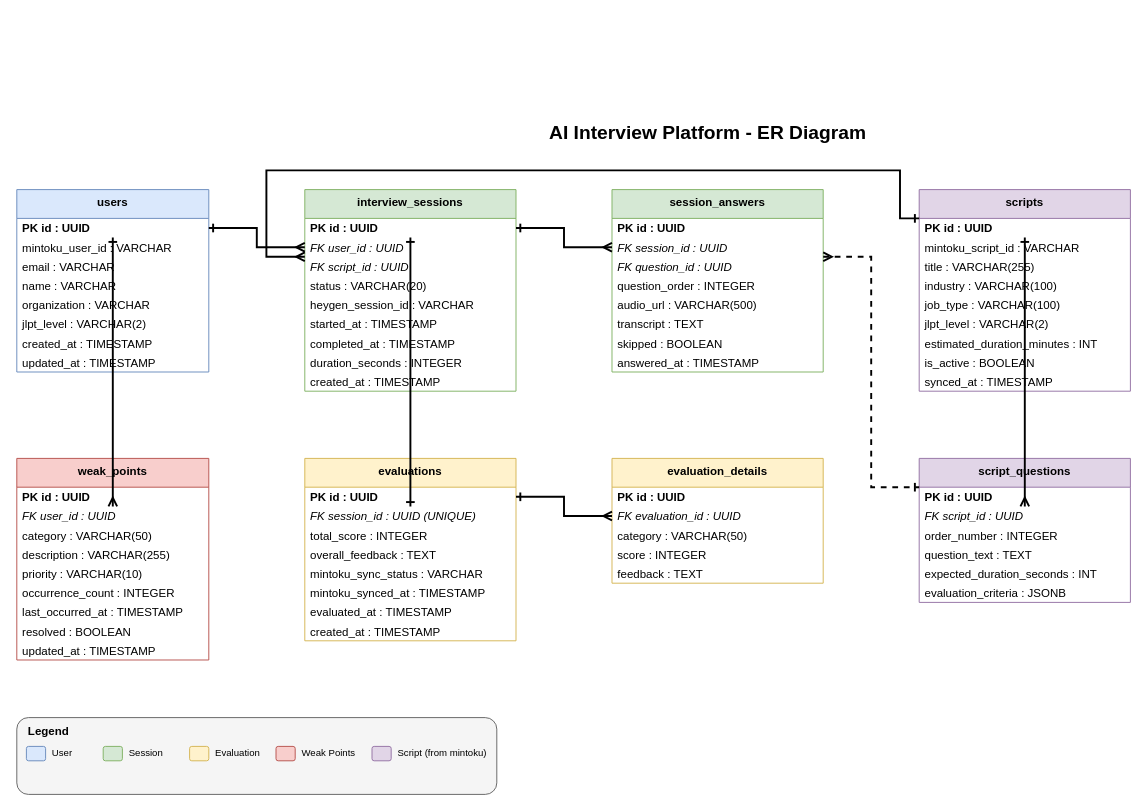
Above: docs/images/設計書_10.2_ER図.drawio in yoshidasendai115/ai-interview (draw.io), before the change. Source tidied: cells renumbered, new cells numbered last; positions are measured from the earlier drawing's top-left corner, leaving out a move shared by most shapes. Both pictures are drawn from the tidied source at 96%, with x=0, y=0 at pixel (16, 112).
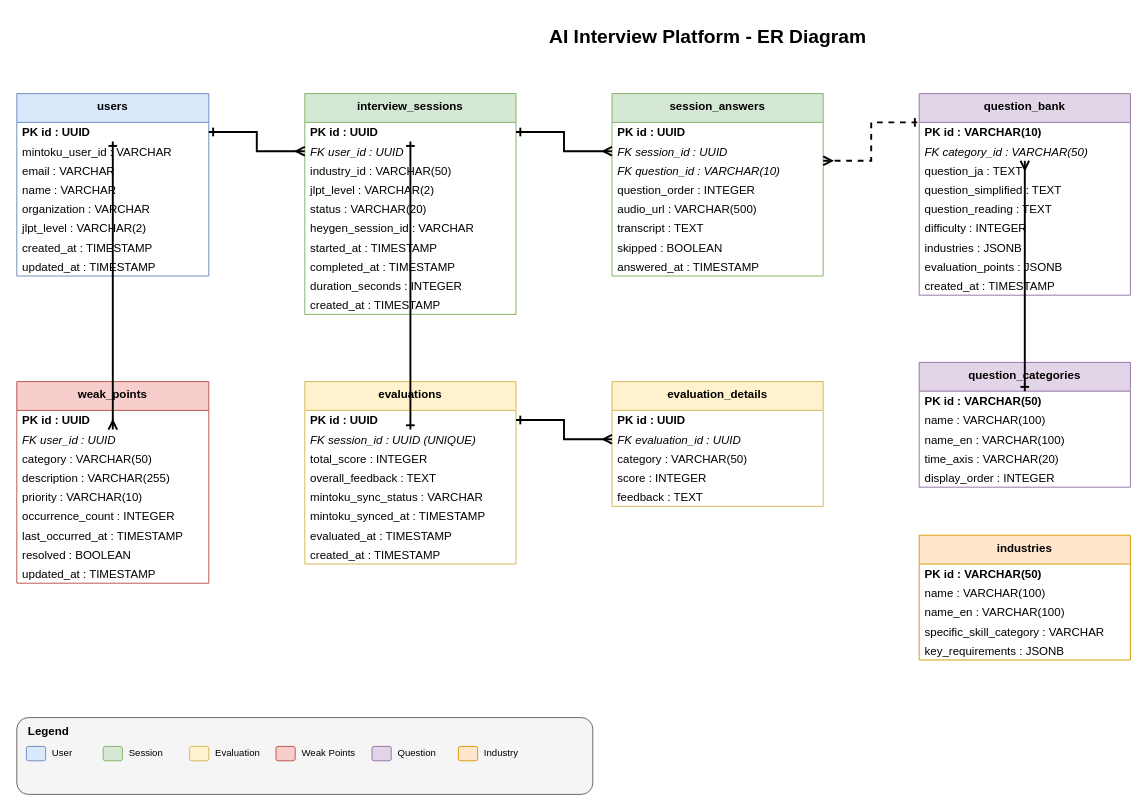
After the change.

Unchanged cells that the change refers to:
```xml
<mxCell id="4" value="PK  id : UUID" style="text;strokeColor=none;fillColor=none;align=left;verticalAlign=middle;spacingLeft=4;spacingRight=4;overflow=hidden;points=[[0,0.5],[1,0.5]];portConstraint=eastwest;fontStyle=1;" parent="3" vertex="1">
  <mxGeometry y="30" width="200" height="20" as="geometry" />
</mxCell>
<mxCell id="13" value="PK  id : UUID" style="text;strokeColor=none;fillColor=none;align=left;verticalAlign=middle;spacingLeft=4;spacingRight=4;overflow=hidden;points=[[0,0.5],[1,0.5]];portConstraint=eastwest;fontStyle=1;" parent="12" vertex="1">
  <mxGeometry y="30" width="220" height="20" as="geometry" />
</mxCell>
<mxCell id="33" value="FK  session_id : UUID (UNIQUE)" style="text;strokeColor=none;fillColor=none;align=left;verticalAlign=middle;spacingLeft=4;spacingRight=4;overflow=hidden;points=[[0,0.5],[1,0.5]];portConstraint=eastwest;fontStyle=2;" parent="31" vertex="1">
  <mxGeometry y="50" width="220" height="20" as="geometry" />
</mxCell>
<mxCell id="48" value="FK  user_id : UUID" style="text;strokeColor=none;fillColor=none;align=left;verticalAlign=middle;spacingLeft=4;spacingRight=4;overflow=hidden;points=[[0,0.5],[1,0.5]];portConstraint=eastwest;fontStyle=2;" parent="46" vertex="1">
  <mxGeometry y="50" width="200" height="20" as="geometry" />
</mxCell>
```

The edit, as a diff of the source:
```diff
@@
     <mxCell id="2" value="AI Interview Platform - ER Diagram" style="text;html=1;strokeColor=none;fillColor=none;align=center;verticalAlign=middle;whiteSpace=wrap;rounded=0;fontSize=20;fontStyle=1;" parent="1" vertex="1">
-      <mxGeometry x="520" width="400" height="40" as="geometry" />
+      <mxGeometry x="520" y="-100" width="400" height="40" as="geometry" />
     </mxCell>
     <mxCell id="3" value="users" style="swimlane;fontStyle=1;align=center;verticalAlign=top;horizontal=1;startSize=30;fillColor=#dae8fc;strokeColor=#6c8ebf;" parent="1" vertex="1">
-      <mxGeometry y="80" width="200" height="190" as="geometry" />
+      <mxGeometry y="-20" width="200" height="190" as="geometry" />
     </mxCell>
@@
     <mxCell id="12" value="interview_sessions" style="swimlane;fontStyle=1;align=center;verticalAlign=top;horizontal=1;startSize=30;fillColor=#d5e8d4;strokeColor=#82b366;" parent="1" vertex="1">
-      <mxGeometry x="300" y="80" width="220" height="210" as="geometry" />
+      <mxGeometry x="300" y="-20" width="220" height="230" as="geometry" />
     </mxCell>
@@
-    <mxCell id="15" value="FK  script_id : UUID" style="text;strokeColor=none;fillColor=none;align=left;verticalAlign=middle;spacingLeft=4;spacingRight=4;overflow=hidden;points=[[0,0.5],[1,0.5]];portConstraint=eastwest;fontStyle=2;" parent="12" vertex="1">
-      <mxGeometry y="70" width="220" height="20" as="geometry" />
-    </mxCell>
+    <mxCell id="93" value="     industry_id : VARCHAR(50)" style="text;strokeColor=none;fillColor=none;align=left;verticalAlign=middle;spacingLeft=4;spacingRight=4;overflow=hidden;" parent="12" vertex="1">
+      <mxGeometry y="70" width="220" height="20" as="geometry" />
+    </mxCell>
+    <mxCell id="62" value="     jlpt_level : VARCHAR(2)" style="text;strokeColor=none;fillColor=none;align=left;verticalAlign=middle;spacingLeft=4;spacingRight=4;overflow=hidden;" parent="12" vertex="1">
+      <mxGeometry y="90" width="220" height="20" as="geometry" />
+    </mxCell>
     <mxCell id="16" value="     status : VARCHAR(20)" style="text;strokeColor=none;fillColor=none;align=left;verticalAlign=middle;spacingLeft=4;spacingRight=4;overflow=hidden;" parent="12" vertex="1">
-      <mxGeometry y="90" width="220" height="20" as="geometry" />
+      <mxGeometry y="110" width="220" height="20" as="geometry" />
     </mxCell>
     <mxCell id="17" value="     heygen_session_id : VARCHAR" style="text;strokeColor=none;fillColor=none;align=left;verticalAlign=middle;spacingLeft=4;spacingRight=4;overflow=hidden;" parent="12" vertex="1">
-      <mxGeometry y="110" width="220" height="20" as="geometry" />
+      <mxGeometry y="130" width="220" height="20" as="geometry" />
     </mxCell>
     <mxCell id="18" value="     started_at : TIMESTAMP" style="text;strokeColor=none;fillColor=none;align=left;verticalAlign=middle;spacingLeft=4;spacingRight=4;overflow=hidden;" parent="12" vertex="1">
-      <mxGeometry y="130" width="220" height="20" as="geometry" />
+      <mxGeometry y="150" width="220" height="20" as="geometry" />
     </mxCell>
     <mxCell id="19" value="     completed_at : TIMESTAMP" style="text;strokeColor=none;fillColor=none;align=left;verticalAlign=middle;spacingLeft=4;spacingRight=4;overflow=hidden;" parent="12" vertex="1">
-      <mxGeometry y="150" width="220" height="20" as="geometry" />
+      <mxGeometry y="170" width="220" height="20" as="geometry" />
     </mxCell>
     <mxCell id="20" value="     duration_seconds : INTEGER" style="text;strokeColor=none;fillColor=none;align=left;verticalAlign=middle;spacingLeft=4;spacingRight=4;overflow=hidden;" parent="12" vertex="1">
-      <mxGeometry y="170" width="220" height="20" as="geometry" />
+      <mxGeometry y="190" width="220" height="20" as="geometry" />
     </mxCell>
     <mxCell id="21" value="     created_at : TIMESTAMP" style="text;strokeColor=none;fillColor=none;align=left;verticalAlign=middle;spacingLeft=4;spacingRight=4;overflow=hidden;" parent="12" vertex="1">
-      <mxGeometry y="190" width="220" height="20" as="geometry" />
+      <mxGeometry y="210" width="220" height="20" as="geometry" />
     </mxCell>
     <mxCell id="22" value="session_answers" style="swimlane;fontStyle=1;align=center;verticalAlign=top;horizontal=1;startSize=30;fillColor=#d5e8d4;strokeColor=#82b366;" parent="1" vertex="1">
-      <mxGeometry x="620" y="80" width="220" height="190" as="geometry" />
+      <mxGeometry x="620" y="-20" width="220" height="190" as="geometry" />
     </mxCell>
@@
-    <mxCell id="25" value="FK  question_id : UUID" style="text;strokeColor=none;fillColor=none;align=left;verticalAlign=middle;spacingLeft=4;spacingRight=4;overflow=hidden;points=[[0,0.5],[1,0.5]];portConstraint=eastwest;fontStyle=2;" parent="22" vertex="1">
+    <mxCell id="25" value="FK  question_id : VARCHAR(10)" style="text;strokeColor=none;fillColor=none;align=left;verticalAlign=middle;spacingLeft=4;spacingRight=4;overflow=hidden;points=[[0,0.5],[1,0.5]];portConstraint=eastwest;fontStyle=2;" parent="22" vertex="1">
       <mxGeometry y="70" width="220" height="20" as="geometry" />
     </mxCell>
@@
     <mxCell id="31" value="evaluations" style="swimlane;fontStyle=1;align=center;verticalAlign=top;horizontal=1;startSize=30;fillColor=#fff2cc;strokeColor=#d6b656;" parent="1" vertex="1">
-      <mxGeometry x="300" y="360" width="220" height="190" as="geometry" />
+      <mxGeometry x="300" y="280" width="220" height="190" as="geometry" />
     </mxCell>
@@
     <mxCell id="40" value="evaluation_details" style="swimlane;fontStyle=1;align=center;verticalAlign=top;horizontal=1;startSize=30;fillColor=#fff2cc;strokeColor=#d6b656;" parent="1" vertex="1">
-      <mxGeometry x="620" y="360" width="220" height="130" as="geometry" />
+      <mxGeometry x="620" y="280" width="220" height="130" as="geometry" />
     </mxCell>
@@
     <mxCell id="46" value="weak_points" style="swimlane;fontStyle=1;align=center;verticalAlign=top;horizontal=1;startSize=30;fillColor=#f8cecc;strokeColor=#b85450;" parent="1" vertex="1">
-      <mxGeometry y="360" width="200" height="210" as="geometry" />
+      <mxGeometry y="280" width="200" height="210" as="geometry" />
     </mxCell>
@@
-    <mxCell id="56" value="scripts" style="swimlane;fontStyle=1;align=center;verticalAlign=top;horizontal=1;startSize=30;fillColor=#e1d5e7;strokeColor=#9673a6;" parent="1" vertex="1">
-      <mxGeometry x="940" y="80" width="220" height="210" as="geometry" />
-    </mxCell>
-    <mxCell id="57" value="PK  id : UUID" style="text;strokeColor=none;fillColor=none;align=left;verticalAlign=middle;spacingLeft=4;spacingRight=4;overflow=hidden;points=[[0,0.5],[1,0.5]];portConstraint=eastwest;fontStyle=1;" parent="56" vertex="1">
-      <mxGeometry y="30" width="220" height="20" as="geometry" />
-    </mxCell>
-    <mxCell id="58" value="     mintoku_script_id : VARCHAR" style="text;strokeColor=none;fillColor=none;align=left;verticalAlign=middle;spacingLeft=4;spacingRight=4;overflow=hidden;" parent="56" vertex="1">
-      <mxGeometry y="50" width="220" height="20" as="geometry" />
-    </mxCell>
-    <mxCell id="59" value="     title : VARCHAR(255)" style="text;strokeColor=none;fillColor=none;align=left;verticalAlign=middle;spacingLeft=4;spacingRight=4;overflow=hidden;" parent="56" vertex="1">
-      <mxGeometry y="70" width="220" height="20" as="geometry" />
-    </mxCell>
-    <mxCell id="60" value="     industry : VARCHAR(100)" style="text;strokeColor=none;fillColor=none;align=left;verticalAlign=middle;spacingLeft=4;spacingRight=4;overflow=hidden;" parent="56" vertex="1">
-      <mxGeometry y="90" width="220" height="20" as="geometry" />
-    </mxCell>
-    <mxCell id="61" value="     job_type : VARCHAR(100)" style="text;strokeColor=none;fillColor=none;align=left;verticalAlign=middle;spacingLeft=4;spacingRight=4;overflow=hidden;" parent="56" vertex="1">
-      <mxGeometry y="110" width="220" height="20" as="geometry" />
-    </mxCell>
-    <mxCell id="62" value="     jlpt_level : VARCHAR(2)" style="text;strokeColor=none;fillColor=none;align=left;verticalAlign=middle;spacingLeft=4;spacingRight=4;overflow=hidden;" parent="56" vertex="1">
-      <mxGeometry y="130" width="220" height="20" as="geometry" />
-    </mxCell>
-    <mxCell id="63" value="     estimated_duration_minutes : INT" style="text;strokeColor=none;fillColor=none;align=left;verticalAlign=middle;spacingLeft=4;spacingRight=4;overflow=hidden;" parent="56" vertex="1">
-      <mxGeometry y="150" width="220" height="20" as="geometry" />
-    </mxCell>
-    <mxCell id="64" value="     is_active : BOOLEAN" style="text;strokeColor=none;fillColor=none;align=left;verticalAlign=middle;spacingLeft=4;spacingRight=4;overflow=hidden;" parent="56" vertex="1">
-      <mxGeometry y="170" width="220" height="20" as="geometry" />
-    </mxCell>
-    <mxCell id="65" value="     synced_at : TIMESTAMP" style="text;strokeColor=none;fillColor=none;align=left;verticalAlign=middle;spacingLeft=4;spacingRight=4;overflow=hidden;" parent="56" vertex="1">
-      <mxGeometry y="190" width="220" height="20" as="geometry" />
-    </mxCell>
-    <mxCell id="66" value="script_questions" style="swimlane;fontStyle=1;align=center;verticalAlign=top;horizontal=1;startSize=30;fillColor=#e1d5e7;strokeColor=#9673a6;" parent="1" vertex="1">
-      <mxGeometry x="940" y="360" width="220" height="150" as="geometry" />
-    </mxCell>
-    <mxCell id="67" value="PK  id : UUID" style="text;strokeColor=none;fillColor=none;align=left;verticalAlign=middle;spacingLeft=4;spacingRight=4;overflow=hidden;points=[[0,0.5],[1,0.5]];portConstraint=eastwest;fontStyle=1;" parent="66" vertex="1">
-      <mxGeometry y="30" width="220" height="20" as="geometry" />
-    </mxCell>
-    <mxCell id="68" value="FK  script_id : UUID" style="text;strokeColor=none;fillColor=none;align=left;verticalAlign=middle;spacingLeft=4;spacingRight=4;overflow=hidden;points=[[0,0.5],[1,0.5]];portConstraint=eastwest;fontStyle=2;" parent="66" vertex="1">
-      <mxGeometry y="50" width="220" height="20" as="geometry" />
-    </mxCell>
-    <mxCell id="69" value="     order_number : INTEGER" style="text;strokeColor=none;fillColor=none;align=left;verticalAlign=middle;spacingLeft=4;spacingRight=4;overflow=hidden;" parent="66" vertex="1">
-      <mxGeometry y="70" width="220" height="20" as="geometry" />
-    </mxCell>
-    <mxCell id="70" value="     question_text : TEXT" style="text;strokeColor=none;fillColor=none;align=left;verticalAlign=middle;spacingLeft=4;spacingRight=4;overflow=hidden;" parent="66" vertex="1">
-      <mxGeometry y="90" width="220" height="20" as="geometry" />
-    </mxCell>
-    <mxCell id="71" value="     expected_duration_seconds : INT" style="text;strokeColor=none;fillColor=none;align=left;verticalAlign=middle;spacingLeft=4;spacingRight=4;overflow=hidden;" parent="66" vertex="1">
-      <mxGeometry y="110" width="220" height="20" as="geometry" />
-    </mxCell>
-    <mxCell id="72" value="     evaluation_criteria : JSONB" style="text;strokeColor=none;fillColor=none;align=left;verticalAlign=middle;spacingLeft=4;spacingRight=4;overflow=hidden;" parent="66" vertex="1">
-      <mxGeometry y="130" width="220" height="20" as="geometry" />
-    </mxCell>
+    <mxCell id="94" value="question_bank" style="swimlane;fontStyle=1;align=center;verticalAlign=top;horizontal=1;startSize=30;fillColor=#e1d5e7;strokeColor=#9673a6;" parent="1" vertex="1">
+      <mxGeometry x="940" y="-20" width="220" height="210" as="geometry" />
+    </mxCell>
+    <mxCell id="95" value="PK  id : VARCHAR(10)" style="text;strokeColor=none;fillColor=none;align=left;verticalAlign=middle;spacingLeft=4;spacingRight=4;overflow=hidden;points=[[0,0.5],[1,0.5]];portConstraint=eastwest;fontStyle=1;" parent="94" vertex="1">
+      <mxGeometry y="30" width="220" height="20" as="geometry" />
+    </mxCell>
+    <mxCell id="96" value="FK  category_id : VARCHAR(50)" style="text;strokeColor=none;fillColor=none;align=left;verticalAlign=middle;spacingLeft=4;spacingRight=4;overflow=hidden;points=[[0,0.5],[1,0.5]];portConstraint=eastwest;fontStyle=2;" parent="94" vertex="1">
+      <mxGeometry y="50" width="220" height="20" as="geometry" />
+    </mxCell>
+    <mxCell id="97" value="     question_ja : TEXT" style="text;strokeColor=none;fillColor=none;align=left;verticalAlign=middle;spacingLeft=4;spacingRight=4;overflow=hidden;" parent="94" vertex="1">
+      <mxGeometry y="70" width="220" height="20" as="geometry" />
+    </mxCell>
+    <mxCell id="98" value="     question_simplified : TEXT" style="text;strokeColor=none;fillColor=none;align=left;verticalAlign=middle;spacingLeft=4;spacingRight=4;overflow=hidden;" parent="94" vertex="1">
+      <mxGeometry y="90" width="220" height="20" as="geometry" />
+    </mxCell>
+    <mxCell id="99" value="     question_reading : TEXT" style="text;strokeColor=none;fillColor=none;align=left;verticalAlign=middle;spacingLeft=4;spacingRight=4;overflow=hidden;" parent="94" vertex="1">
+      <mxGeometry y="110" width="220" height="20" as="geometry" />
+    </mxCell>
+    <mxCell id="100" value="     difficulty : INTEGER" style="text;strokeColor=none;fillColor=none;align=left;verticalAlign=middle;spacingLeft=4;spacingRight=4;overflow=hidden;" parent="94" vertex="1">
+      <mxGeometry y="130" width="220" height="20" as="geometry" />
+    </mxCell>
+    <mxCell id="101" value="     industries : JSONB" style="text;strokeColor=none;fillColor=none;align=left;verticalAlign=middle;spacingLeft=4;spacingRight=4;overflow=hidden;" parent="94" vertex="1">
+      <mxGeometry y="150" width="220" height="20" as="geometry" />
+    </mxCell>
+    <mxCell id="102" value="     evaluation_points : JSONB" style="text;strokeColor=none;fillColor=none;align=left;verticalAlign=middle;spacingLeft=4;spacingRight=4;overflow=hidden;" parent="94" vertex="1">
+      <mxGeometry y="170" width="220" height="20" as="geometry" />
+    </mxCell>
+    <mxCell id="103" value="     created_at : TIMESTAMP" style="text;strokeColor=none;fillColor=none;align=left;verticalAlign=middle;spacingLeft=4;spacingRight=4;overflow=hidden;" parent="94" vertex="1">
+      <mxGeometry y="190" width="220" height="20" as="geometry" />
+    </mxCell>
+    <mxCell id="104" value="question_categories" style="swimlane;fontStyle=1;align=center;verticalAlign=top;horizontal=1;startSize=30;fillColor=#e1d5e7;strokeColor=#9673a6;" parent="1" vertex="1">
+      <mxGeometry x="940" y="260" width="220" height="130" as="geometry" />
+    </mxCell>
+    <mxCell id="105" value="PK  id : VARCHAR(50)" style="text;strokeColor=none;fillColor=none;align=left;verticalAlign=middle;spacingLeft=4;spacingRight=4;overflow=hidden;points=[[0,0.5],[1,0.5]];portConstraint=eastwest;fontStyle=1;" parent="104" vertex="1">
+      <mxGeometry y="30" width="220" height="20" as="geometry" />
+    </mxCell>
+    <mxCell id="106" value="     name : VARCHAR(100)" style="text;strokeColor=none;fillColor=none;align=left;verticalAlign=middle;spacingLeft=4;spacingRight=4;overflow=hidden;" parent="104" vertex="1">
+      <mxGeometry y="50" width="220" height="20" as="geometry" />
+    </mxCell>
+    <mxCell id="107" value="     name_en : VARCHAR(100)" style="text;strokeColor=none;fillColor=none;align=left;verticalAlign=middle;spacingLeft=4;spacingRight=4;overflow=hidden;" parent="104" vertex="1">
+      <mxGeometry y="70" width="220" height="20" as="geometry" />
+    </mxCell>
+    <mxCell id="108" value="     time_axis : VARCHAR(20)" style="text;strokeColor=none;fillColor=none;align=left;verticalAlign=middle;spacingLeft=4;spacingRight=4;overflow=hidden;" parent="104" vertex="1">
+      <mxGeometry y="90" width="220" height="20" as="geometry" />
+    </mxCell>
+    <mxCell id="109" value="     display_order : INTEGER" style="text;strokeColor=none;fillColor=none;align=left;verticalAlign=middle;spacingLeft=4;spacingRight=4;overflow=hidden;" parent="104" vertex="1">
+      <mxGeometry y="110" width="220" height="20" as="geometry" />
+    </mxCell>
+    <mxCell id="110" value="industries" style="swimlane;fontStyle=1;align=center;verticalAlign=top;horizontal=1;startSize=30;fillColor=#ffe6cc;strokeColor=#d79b00;" parent="1" vertex="1">
+      <mxGeometry x="940" y="440" width="220" height="130" as="geometry" />
+    </mxCell>
+    <mxCell id="111" value="PK  id : VARCHAR(50)" style="text;strokeColor=none;fillColor=none;align=left;verticalAlign=middle;spacingLeft=4;spacingRight=4;overflow=hidden;fontStyle=1;" parent="110" vertex="1">
+      <mxGeometry y="30" width="220" height="20" as="geometry" />
+    </mxCell>
+    <mxCell id="112" value="     name : VARCHAR(100)" style="text;strokeColor=none;fillColor=none;align=left;verticalAlign=middle;spacingLeft=4;spacingRight=4;overflow=hidden;" parent="110" vertex="1">
+      <mxGeometry y="50" width="220" height="20" as="geometry" />
+    </mxCell>
+    <mxCell id="113" value="     name_en : VARCHAR(100)" style="text;strokeColor=none;fillColor=none;align=left;verticalAlign=middle;spacingLeft=4;spacingRight=4;overflow=hidden;" parent="110" vertex="1">
+      <mxGeometry y="70" width="220" height="20" as="geometry" />
+    </mxCell>
+    <mxCell id="114" value="     specific_skill_category : VARCHAR" style="text;strokeColor=none;fillColor=none;align=left;verticalAlign=middle;spacingLeft=4;spacingRight=4;overflow=hidden;" parent="110" vertex="1">
+      <mxGeometry y="90" width="220" height="20" as="geometry" />
+    </mxCell>
+    <mxCell id="115" value="     key_requirements : JSONB" style="text;strokeColor=none;fillColor=none;align=left;verticalAlign=middle;spacingLeft=4;spacingRight=4;overflow=hidden;" parent="110" vertex="1">
+      <mxGeometry y="110" width="220" height="20" as="geometry" />
+    </mxCell>
@@
-    <mxCell id="74" style="edgeStyle=orthogonalEdgeStyle;rounded=0;jettySize=auto;html=1;endArrow=ERone;startArrow=ERmany;startFill=0;endFill=0;strokeWidth=2;" parent="1" edge="1" source="15" target="57">
-      <mxGeometry relative="1" as="geometry">
-        <Array as="points">
-          <mxPoint x="260" y="150" />
-          <mxPoint x="260" y="60" />
-          <mxPoint x="920" y="60" />
-          <mxPoint x="920" y="110" />
-        </Array>
-      </mxGeometry>
-    </mxCell>
@@
     <mxCell id="76" style="edgeStyle=orthogonalEdgeStyle;rounded=0;jettySize=auto;html=1;endArrow=ERone;startArrow=ERone;startFill=0;endFill=0;strokeWidth=2;" parent="1" edge="1" source="13" target="33">
       <mxGeometry relative="1" as="geometry">
         <Array as="points">
-          <mxPoint x="410" y="320" />
-          <mxPoint x="410" y="410" />
+          <mxPoint x="410" y="240" />
+          <mxPoint x="410" y="330" />
         </Array>
       </mxGeometry>
     </mxCell>
@@
     <mxCell id="78" style="edgeStyle=orthogonalEdgeStyle;rounded=0;jettySize=auto;html=1;endArrow=ERmany;startArrow=ERone;startFill=0;endFill=0;strokeWidth=2;" parent="1" edge="1" source="4" target="48">
       <mxGeometry relative="1" as="geometry">
         <Array as="points">
-          <mxPoint x="100" y="320" />
-          <mxPoint x="100" y="410" />
+          <mxPoint x="100" y="240" />
+          <mxPoint x="100" y="330" />
         </Array>
       </mxGeometry>
     </mxCell>
-    <mxCell id="79" style="edgeStyle=orthogonalEdgeStyle;rounded=0;jettySize=auto;html=1;endArrow=ERmany;startArrow=ERone;startFill=0;endFill=0;strokeWidth=2;" parent="1" edge="1" source="57" target="68">
+    <mxCell id="79" style="edgeStyle=orthogonalEdgeStyle;rounded=0;jettySize=auto;html=1;endArrow=ERmany;startArrow=ERone;startFill=0;endFill=0;strokeWidth=2;" parent="1" edge="1" source="105" target="96">
       <mxGeometry relative="1" as="geometry">
         <Array as="points">
-          <mxPoint x="1050" y="320" />
-          <mxPoint x="1050" y="410" />
+          <mxPoint x="1050" y="230" />
+          <mxPoint x="1050" y="30" />
         </Array>
       </mxGeometry>
     </mxCell>
-    <mxCell id="80" style="edgeStyle=orthogonalEdgeStyle;rounded=0;jettySize=auto;html=1;endArrow=ERone;startArrow=ERmany;startFill=0;endFill=0;strokeWidth=2;dashed=1;" parent="1" edge="1" source="25" target="67">
+    <mxCell id="80" style="edgeStyle=orthogonalEdgeStyle;rounded=0;jettySize=auto;html=1;endArrow=ERone;startArrow=ERmany;startFill=0;endFill=0;strokeWidth=2;dashed=1;" parent="1" edge="1" source="25" target="95">
       <mxGeometry relative="1" as="geometry">
         <Array as="points">
-          <mxPoint x="890" y="150" />
-          <mxPoint x="890" y="390" />
+          <mxPoint x="890" y="50" />
+          <mxPoint x="890" y="10" />
         </Array>
       </mxGeometry>
     </mxCell>
     <mxCell id="81" style="rounded=1;whiteSpace=wrap;html=1;fillColor=#f5f5f5;strokeColor=#666666;" parent="1" vertex="1">
-      <mxGeometry y="630" width="500" height="80" as="geometry" />
+      <mxGeometry y="630" width="600" height="80" as="geometry" />
     </mxCell>
@@
     <mxCell id="84" value="User" style="text;html=1;strokeColor=none;fillColor=none;align=left;verticalAlign=middle;whiteSpace=wrap;rounded=0;fontSize=10;" parent="1" vertex="1">
-      <mxGeometry x="35" y="657" width="60" height="20" as="geometry" />
+      <mxGeometry x="35" y="657" width="50" height="20" as="geometry" />
     </mxCell>
@@
     <mxCell id="86" value="Session" style="text;html=1;strokeColor=none;fillColor=none;align=left;verticalAlign=middle;whiteSpace=wrap;rounded=0;fontSize=10;" parent="1" vertex="1">
-      <mxGeometry x="115" y="657" width="60" height="20" as="geometry" />
+      <mxGeometry x="115" y="657" width="50" height="20" as="geometry" />
     </mxCell>
@@
     <mxCell id="88" value="Evaluation" style="text;html=1;strokeColor=none;fillColor=none;align=left;verticalAlign=middle;whiteSpace=wrap;rounded=0;fontSize=10;" parent="1" vertex="1">
-      <mxGeometry x="205" y="657" width="60" height="20" as="geometry" />
+      <mxGeometry x="205" y="657" width="55" height="20" as="geometry" />
     </mxCell>
@@
-    <mxCell id="92" value="Script (from mintoku)" style="text;html=1;strokeColor=none;fillColor=none;align=left;verticalAlign=middle;whiteSpace=wrap;rounded=0;fontSize=10;" parent="1" vertex="1">
-      <mxGeometry x="395" y="657" width="100" height="20" as="geometry" />
+    <mxCell id="92" value="Question" style="text;html=1;strokeColor=none;fillColor=none;align=left;verticalAlign=middle;whiteSpace=wrap;rounded=0;fontSize=10;" parent="1" vertex="1">
+      <mxGeometry x="395" y="657" width="55" height="20" as="geometry" />
     </mxCell>
+    <mxCell id="116" style="rounded=1;whiteSpace=wrap;html=1;fillColor=#ffe6cc;strokeColor=#d79b00;" parent="1" vertex="1">
+      <mxGeometry x="460" y="660" width="20" height="15" as="geometry" />
+    </mxCell>
+    <mxCell id="117" value="Industry" style="text;html=1;strokeColor=none;fillColor=none;align=left;verticalAlign=middle;whiteSpace=wrap;rounded=0;fontSize=10;" parent="1" vertex="1">
+      <mxGeometry x="485" y="657" width="55" height="20" as="geometry" />
+    </mxCell>
```
